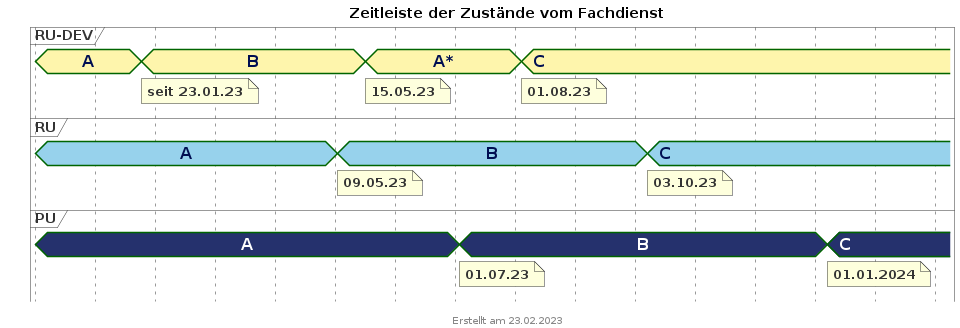
Earlier version of the PlantUML export images/puml_fd_zustaende_timeline.png (gematik/api-erp).
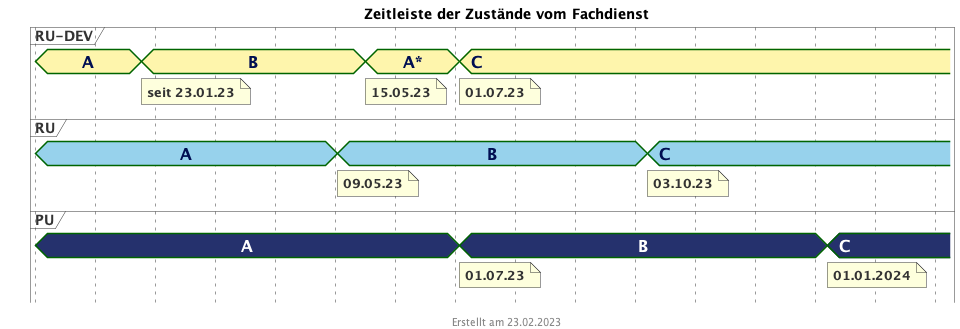
After the commit.

Diff of the diagram source:
```diff
@@ -56,10 +56,8 @@
 @2023/07/01
 PU is "B"
 note bottom of PU : 01.07.23
-
-@2023/08/01
 RUDEV is "C"
-note bottom of RUDEV : 01.08.23
+note bottom of RUDEV : 01.07.23
 
 @2023/10/03
 RU is "C"
```
